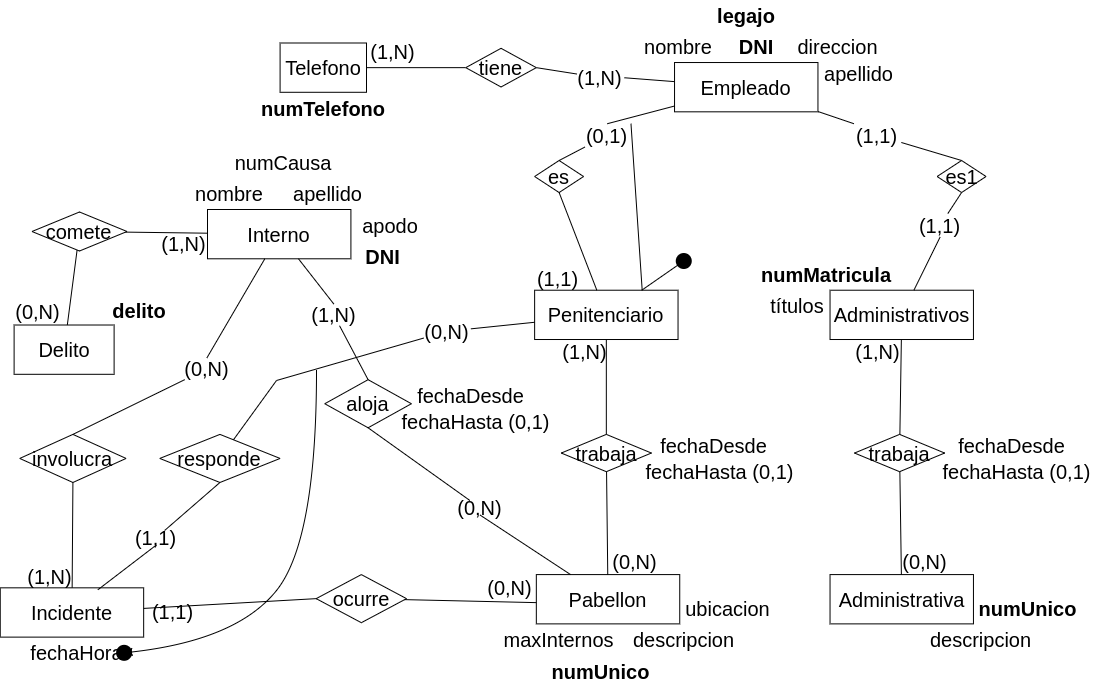
Above: Practica/Practica2/drawios-png/Parte1/ejercicio03P2_Logico.drawio.png in c97Ernesto/DisenioBasesDatos (draw.io), before the change. Source tidied: cells renumbered, new cells last; positions are measured from the earlier drawing's top-left corner, leaving out a move shared by most shapes.
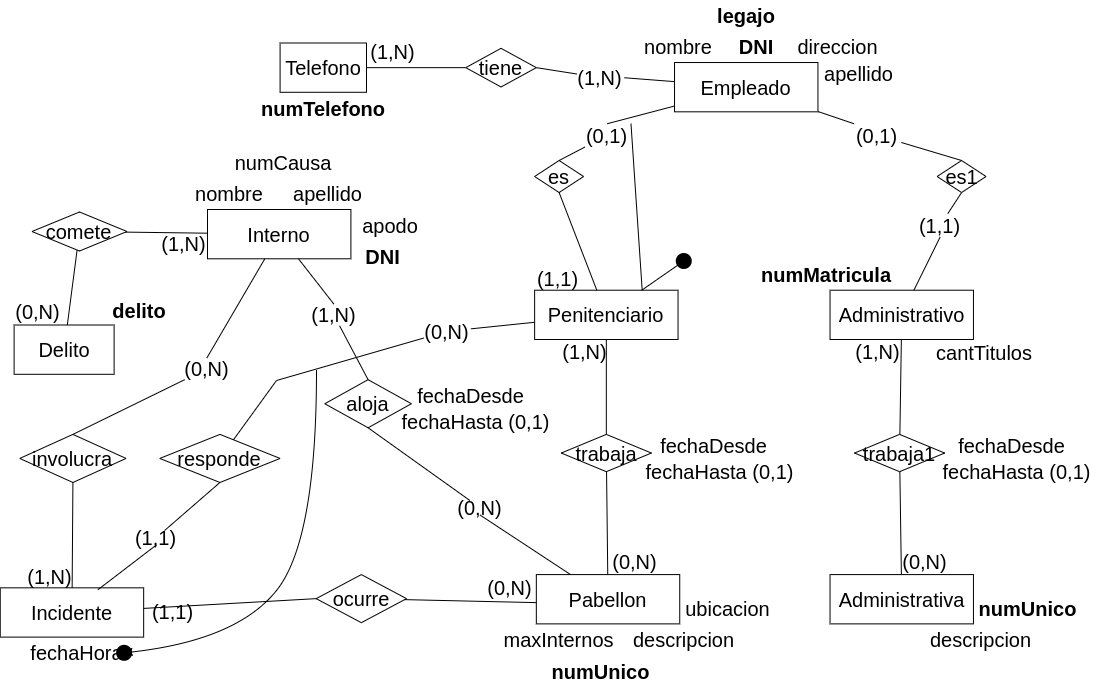
Above is the later version.

What changed in the source:
```diff
@@ -47,14 +47,14 @@
     <mxCell id="16" value="Penitenciario" style="whiteSpace=wrap;html=1;align=center;fontSize=20;" parent="1" vertex="1">
       <mxGeometry x="534.1" y="290.7" width="143.4" height="49.3" as="geometry" />
     </mxCell>
-    <mxCell id="17" value="&lt;font style=&quot;font-size: 20px;&quot;&gt;Administrativos&lt;/font&gt;" style="whiteSpace=wrap;html=1;align=center;fontSize=20;" parent="1" vertex="1">
+    <mxCell id="17" value="Administrativo" style="whiteSpace=wrap;html=1;align=center;fontSize=20;" parent="1" vertex="1">
       <mxGeometry x="829.5" y="290.7" width="143.4" height="49.3" as="geometry" />
     </mxCell>
     <mxCell id="18" value="&lt;b style=&quot;font-size: 20px;&quot;&gt;numMatricula&lt;/b&gt;" style="text;html=1;strokeColor=none;fillColor=none;align=center;verticalAlign=middle;whiteSpace=wrap;rounded=0;fontSize=20;rotation=0;" parent="1" vertex="1">
       <mxGeometry x="761.3" y="259.3" width="130.3" height="31.4" as="geometry" />
     </mxCell>
-    <mxCell id="19" value="títulos" style="text;html=1;strokeColor=none;fillColor=none;align=center;verticalAlign=middle;whiteSpace=wrap;rounded=0;fontSize=20;" parent="1" vertex="1">
-      <mxGeometry x="765.8" y="292.8" width="62" height="26.6" as="geometry" />
+    <mxCell id="19" value="cantTitulos" style="text;html=1;strokeColor=none;fillColor=none;align=center;verticalAlign=middle;whiteSpace=wrap;rounded=0;fontSize=20;" parent="1" vertex="1">
+      <mxGeometry x="933.2" y="340" width="101.8" height="26.6" as="geometry" />
     </mxCell>
     <mxCell id="20" value="Pabellon" style="whiteSpace=wrap;html=1;align=center;fontSize=20;" parent="1" vertex="1">
       <mxGeometry x="535.8" y="575.1" width="143.4" height="49.3" as="geometry" />
@@ -74,7 +74,7 @@
     <mxCell id="25" value="trabaja" style="shape=rhombus;perimeter=rhombusPerimeter;whiteSpace=wrap;html=1;align=center;fontSize=20;" parent="1" vertex="1">
       <mxGeometry x="560.8" y="434.9" width="90.1" height="37.3" as="geometry" />
     </mxCell>
-    <mxCell id="26" value="trabaja" style="shape=rhombus;perimeter=rhombusPerimeter;whiteSpace=wrap;html=1;align=center;fontSize=20;" parent="1" vertex="1">
+    <mxCell id="26" value="trabaja1" style="shape=rhombus;perimeter=rhombusPerimeter;whiteSpace=wrap;html=1;align=center;fontSize=20;" parent="1" vertex="1">
       <mxGeometry x="854" y="434.9" width="90.1" height="37.3" as="geometry" />
     </mxCell>
     <mxCell id="27" style="endArrow=none;html=1;rounded=0;fontSize=20;" parent="1" edge="1" source="25" target="16">
@@ -173,7 +173,7 @@
     <mxCell id="58" style="endArrow=none;html=1;rounded=0;fontSize=20;exitX=0.5;exitY=0;exitDx=0;exitDy=0;" parent="1" edge="1" source="50" target="59">
       <mxGeometry relative="1" as="geometry" />
     </mxCell>
-    <mxCell id="59" value="(1,1)" style="text;html=1;strokeColor=none;fillColor=none;align=center;verticalAlign=middle;whiteSpace=wrap;rounded=0;fontSize=20;rotation=0;" parent="1" vertex="1">
+    <mxCell id="59" value="(0,1)" style="text;html=1;strokeColor=none;fillColor=none;align=center;verticalAlign=middle;whiteSpace=wrap;rounded=0;fontSize=20;rotation=0;" parent="1" vertex="1">
       <mxGeometry x="853.4" y="124.2" width="47.4" height="23.4" as="geometry" />
     </mxCell>
     <mxCell id="60" style="endArrow=none;html=1;rounded=0;fontSize=20;exitX=0.5;exitY=1;exitDx=0;exitDy=0;" parent="1" edge="1" source="50" target="61">
```
